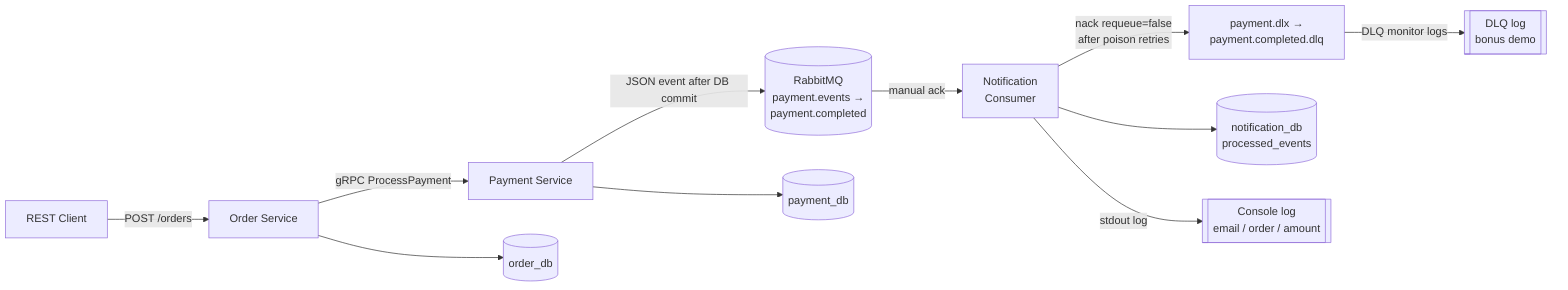
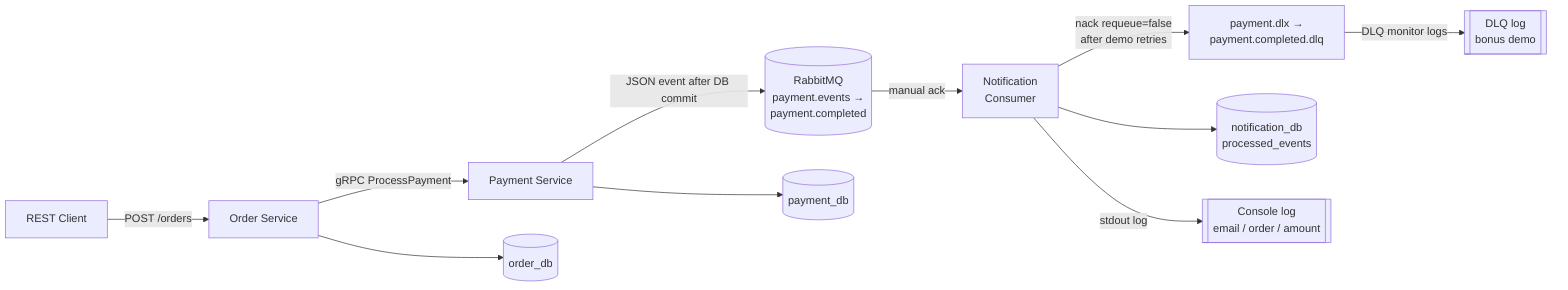
%% Mermaid source for Assignment 3 — paste into https://mermaid.live or a Markdown Mermaid block
flowchart LR
  Client[REST Client]
  O[Order Service]
  P[Payment Service]
  RMQ[(RabbitMQ\npayment.events →\npayment.completed)]
  DLX[payment.dlx →\npayment.completed.dlq]
  N[Notification\nConsumer]
  PO[(order_db)]
  PP[(payment_db)]
  PN[(notification_db\nprocessed_events)]

  Client -->|POST /orders| O
  O -->|gRPC ProcessPayment| P
  O --> PO
  P --> PP
  P -->|JSON event after DB commit| RMQ
  RMQ -->|manual ack| N
  N --> PN
  N -->|stdout log| L[[Console log\nemail / order / amount]]
-   N -->|nack requeue=false\nafter poison retries| DLX
+   N -->|nack requeue=false\nafter demo retries| DLX
  DLX -->|DLQ monitor logs| L2[[DLQ log\nbonus demo]]
